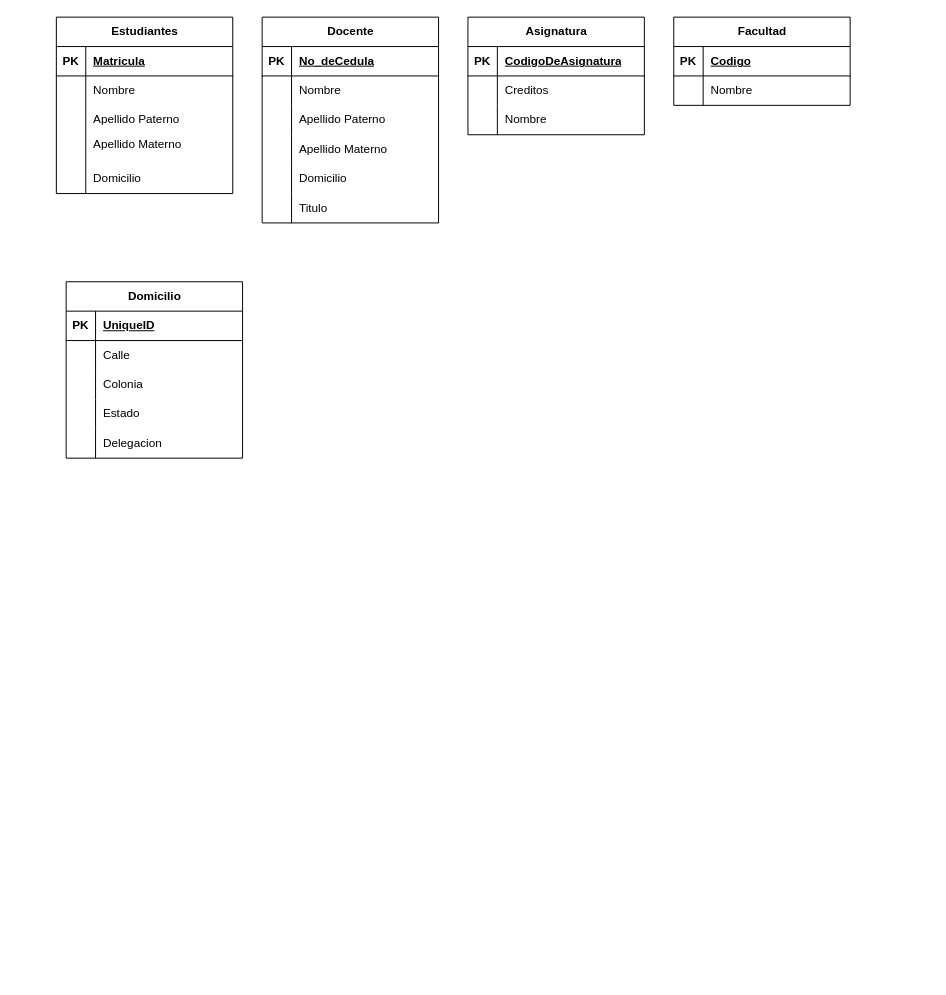
Earlier version of the draw.io diagram infotec/dosDe3.drawio (alensgamer/Infotec-Codes). Source tidied: cells renumbered, new cells numbered last; positions are measured from the earlier drawing's top-left corner, leaving out a move shared by most shapes. Both pictures are drawn from the tidied source at 98%, with x=0, y=0 at pixel (56, 17).
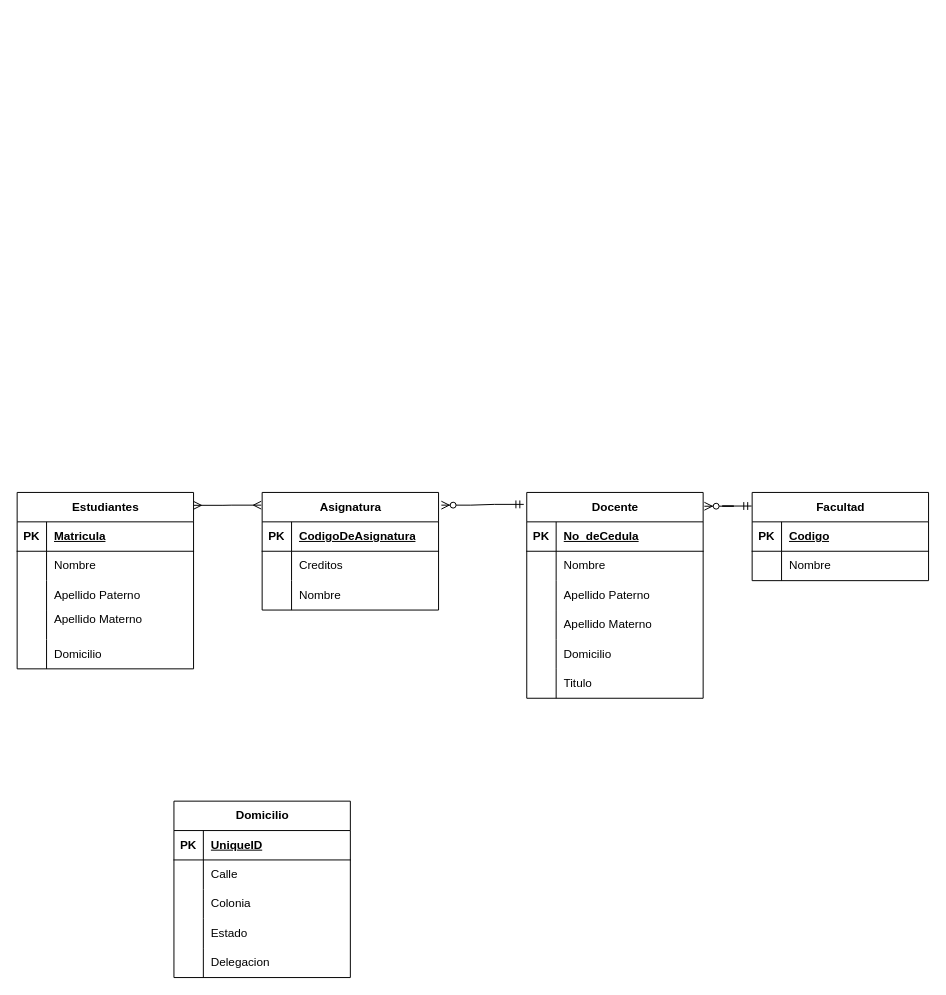
After the change.

What changed in the source:
```diff
@@
     <mxCell id="2" value="Estudiantes" style="shape=table;startSize=30;childLayout=tableLayout;rowLines=0;fontStyle=1;align=center;html=1;" parent="1" vertex="1">
-      <mxGeometry width="180" height="180" as="geometry" />
+      <mxGeometry x="-40" y="485" width="180" height="180" as="geometry" />
     </mxCell>
@@
     <mxCell id="18" value="Docente" style="shape=table;startSize=30;childLayout=tableLayout;rowLines=0;fontStyle=1;align=center;html=1;" parent="1" vertex="1">
-      <mxGeometry x="210" width="180" height="210" as="geometry" />
+      <mxGeometry x="480" y="485" width="180" height="210" as="geometry" />
     </mxCell>
@@
     <mxCell id="37" value="Asignatura" style="shape=table;startSize=30;childLayout=tableLayout;rowLines=0;fontStyle=1;align=center;html=1;" parent="1" vertex="1">
-      <mxGeometry x="420" width="180" height="120" as="geometry" />
+      <mxGeometry x="210" y="485" width="180" height="120" as="geometry" />
     </mxCell>
@@
     <mxCell id="47" value="Facultad" style="shape=table;startSize=30;childLayout=tableLayout;rowLines=0;fontStyle=1;align=center;html=1;" parent="1" vertex="1">
-      <mxGeometry x="630" width="180" height="90" as="geometry" />
+      <mxGeometry x="710" y="485" width="180" height="90" as="geometry" />
     </mxCell>
@@
     <mxCell id="54" value="Domicilio" style="shape=table;startSize=30;childLayout=tableLayout;rowLines=0;fontStyle=1;align=center;html=1;" parent="1" vertex="1">
-      <mxGeometry x="10" y="270" width="180" height="180" as="geometry" />
+      <mxGeometry x="120" y="800" width="180" height="180" as="geometry" />
     </mxCell>
@@
+    <mxCell id="70" style="edgeStyle=entityRelationEdgeStyle;fontSize=12;html=1;endArrow=ERmany;startArrow=ERmany;rounded=0;entryX=-0.005;entryY=0.108;entryDx=0;entryDy=0;entryPerimeter=0;exitX=1;exitY=0.073;exitDx=0;exitDy=0;exitPerimeter=0;" parent="1" edge="1" source="2" target="37">
+      <mxGeometry relative="1" as="geometry" />
+    </mxCell>
+    <mxCell id="71" style="edgeStyle=entityRelationEdgeStyle;fontSize=12;html=1;endArrow=ERzeroToMany;startArrow=ERmandOne;rounded=0;exitX=-0.017;exitY=0.058;exitDx=0;exitDy=0;exitPerimeter=0;entryX=1.016;entryY=0.108;entryDx=0;entryDy=0;entryPerimeter=0;" parent="1" edge="1" source="18" target="37">
+      <mxGeometry relative="1" as="geometry" />
+    </mxCell>
+    <mxCell id="72" style="edgeStyle=entityRelationEdgeStyle;fontSize=12;html=1;endArrow=ERzeroToMany;startArrow=ERmandOne;rounded=0;entryX=1.007;entryY=0.067;entryDx=0;entryDy=0;entryPerimeter=0;exitX=-0.003;exitY=0.154;exitDx=0;exitDy=0;exitPerimeter=0;" parent="1" edge="1" source="47" target="18">
+      <mxGeometry relative="1" as="geometry" />
+    </mxCell>
```
